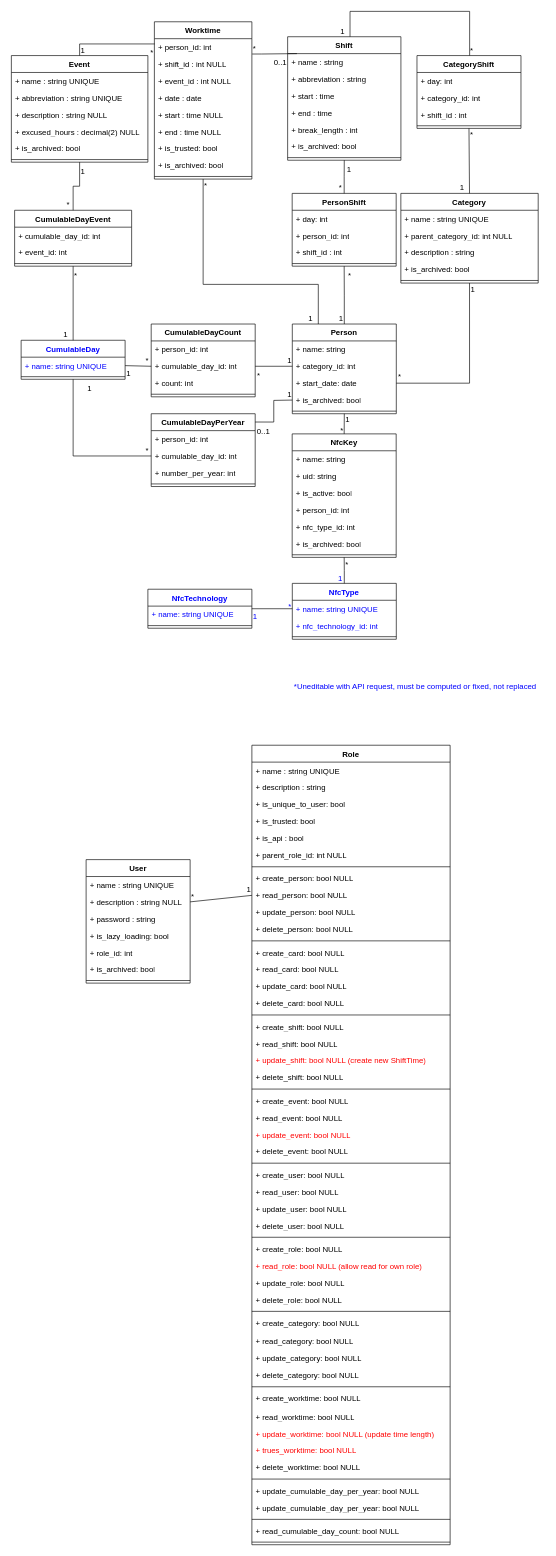
Above: TimeManagerMLD.drawio in FrShao/TimeManager (draw.io), before the change. Source tidied: cells renumbered, new cells numbered last; positions are measured from the earlier drawing's top-left corner, leaving out a move shared by most shapes. Both pictures are drawn from the tidied source at 65%, with x=0, y=0 at pixel (11, 11).
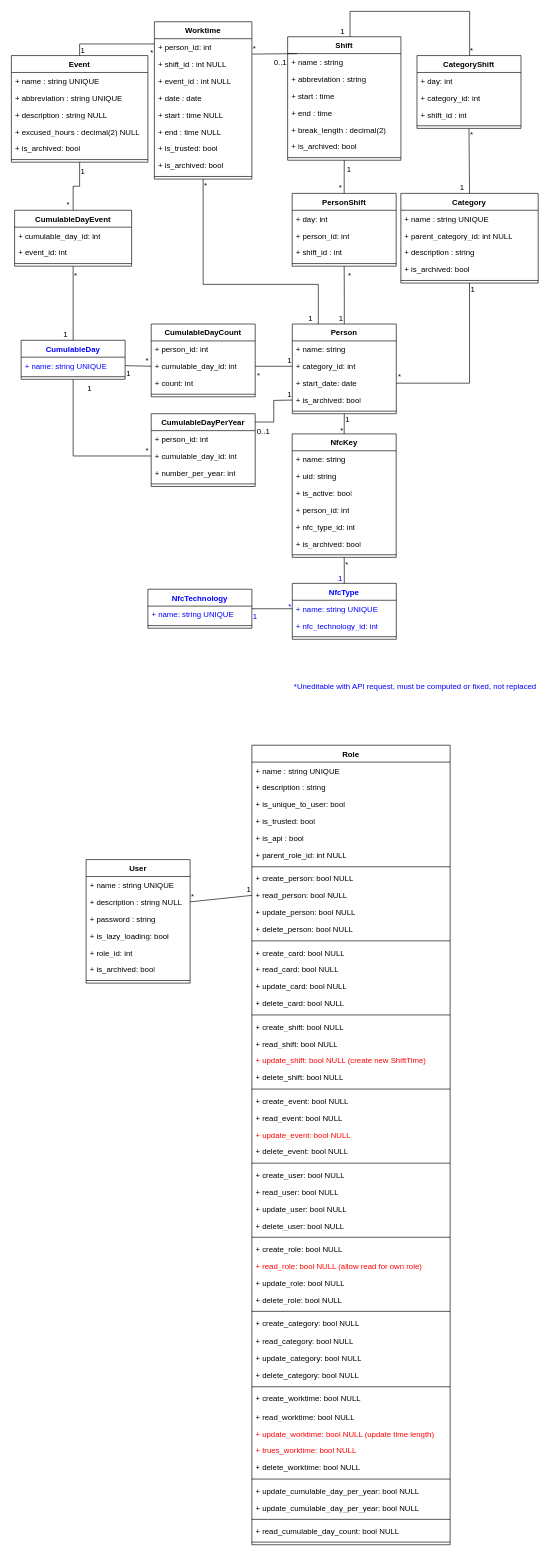
After the change.

Commit message (it also covers changes not shown here):
Mettre à jour TimeManagerMLD.drawio

Unchanged cells that the change refers to:
```xml
<mxCell id="78" value="Shift" style="swimlane;fontStyle=1;align=center;verticalAlign=top;horizontal=1;startSize=26;whiteSpace=wrap;html=1;" parent="1" vertex="1">
  <mxGeometry x="425" y="39" width="174.3" height="190" as="geometry" />
</mxCell>
```

Diff of the diagram source:
```diff
@@
-    <mxCell id="83" value="+ break_length : int" style="text;strokeColor=none;fillColor=none;align=left;verticalAlign=top;spacingLeft=4;spacingRight=4;overflow=hidden;whiteSpace=wrap;html=1;" parent="78" vertex="1">
+    <mxCell id="83" value="+ break_length : decimal(2)" style="text;strokeColor=none;fillColor=none;align=left;verticalAlign=top;spacingLeft=4;spacingRight=4;overflow=hidden;whiteSpace=wrap;html=1;" parent="78" vertex="1">
       <mxGeometry y="130" width="174.3" height="26" as="geometry" />
     </mxCell>
```
